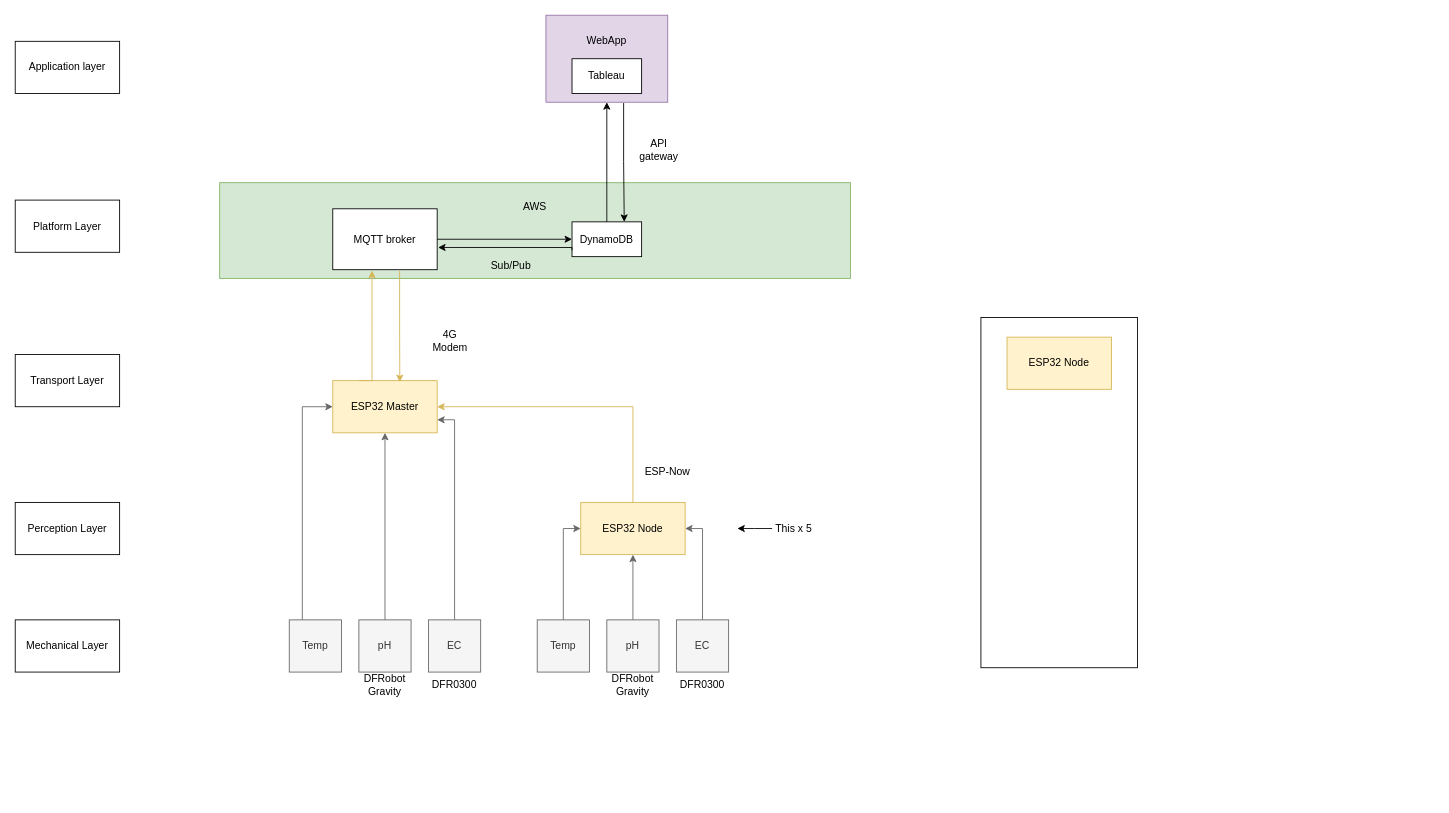
The draw.io diagram page "System 1" (1 of 2) of Diagrams/Ref design/RAC.drawio in eg4301/Agritech, before the edit. Source tidied: cells renumbered, new cells numbered last; positions are measured from the earlier drawing's top-left corner, leaving out a move shared by most shapes. Both pictures are drawn from the tidied source at 87%, with x=0, y=0 at pixel (15, 15).
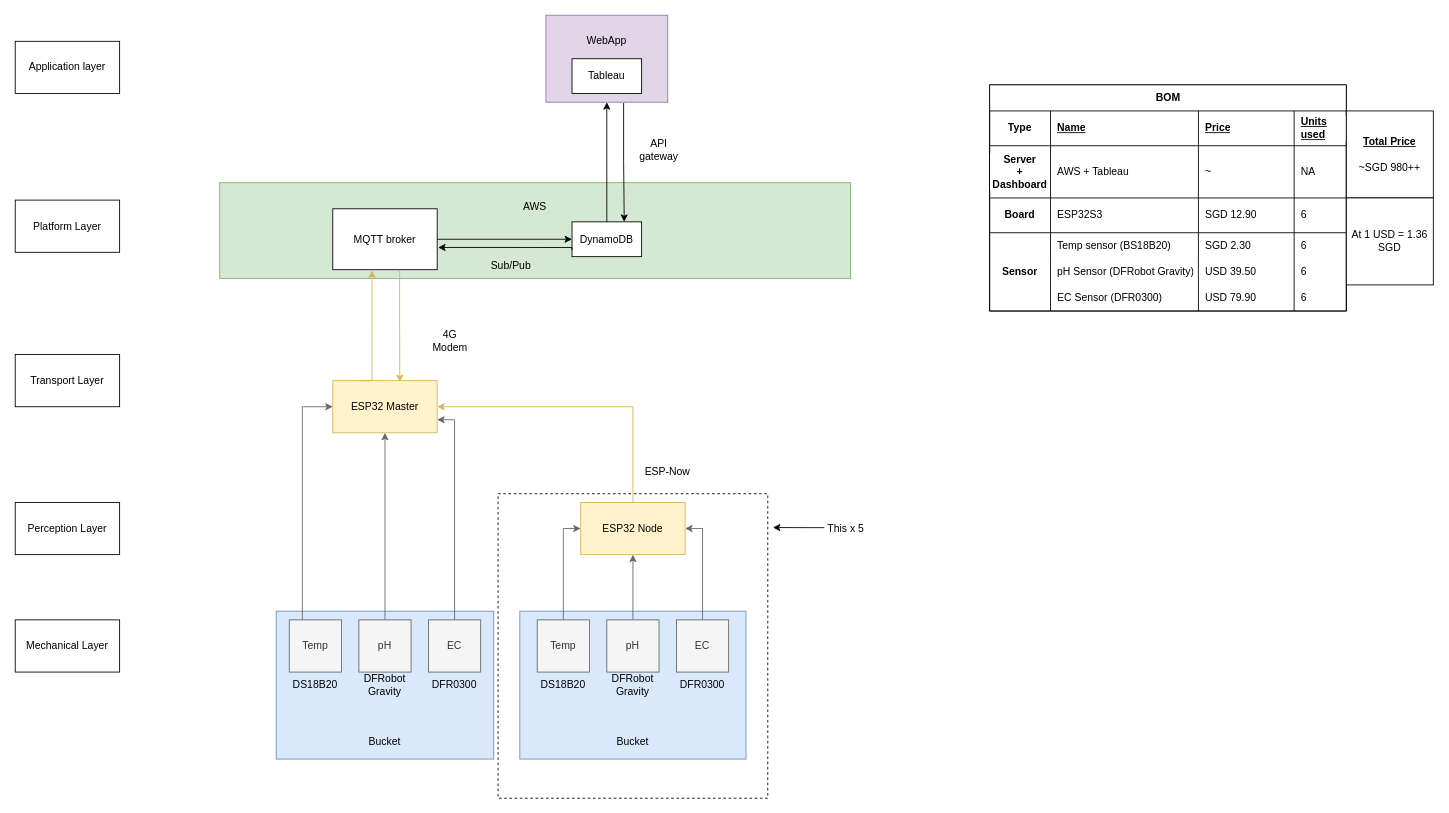
The same diagram, later.

What changed in the source:
```diff
@@
-    <mxCell id="2" style="rounded=0;whiteSpace=wrap;html=1;" parent="1" vertex="1">
-      <mxGeometry x="1110" y="347.5" width="180" height="402.5" as="geometry" />
-    </mxCell>
+    <mxCell id="45" style="rounded=0;whiteSpace=wrap;html=1;" parent="1" vertex="1">
+      <mxGeometry x="1120" y="80" width="410" height="260" as="geometry" />
+    </mxCell>
+    <mxCell id="46" value="&lt;br&gt;&lt;br&gt;&lt;br&gt;&lt;br&gt;&lt;br&gt;&lt;br&gt;&lt;br&gt;&lt;br&gt;&lt;br&gt;Bucket" style="rounded=0;whiteSpace=wrap;html=1;fillColor=#dae8fc;strokeColor=#6c8ebf;" parent="1" vertex="1">
+      <mxGeometry x="300" y="685" width="250" height="170" as="geometry" />
+    </mxCell>
+    <mxCell id="47" style="rounded=0;whiteSpace=wrap;html=1;fillColor=none;dashed=1;" parent="1" vertex="1">
+      <mxGeometry x="555" y="550" width="310" height="350" as="geometry" />
+    </mxCell>
+    <mxCell id="48" value="&lt;br&gt;&lt;br&gt;&lt;br&gt;&lt;br&gt;&lt;br&gt;&lt;br&gt;&lt;br&gt;&lt;br&gt;&lt;br&gt;Bucket" style="rounded=0;whiteSpace=wrap;html=1;fillColor=#dae8fc;strokeColor=#6c8ebf;" parent="1" vertex="1">
+      <mxGeometry x="580" y="685" width="260" height="170" as="geometry" />
+    </mxCell>
@@
-    <mxCell id="33" style="edgeStyle=orthogonalEdgeStyle;rounded=0;jettySize=auto;html=1;" parent="1" edge="1" source="34">
+    <mxCell id="33" style="edgeStyle=orthogonalEdgeStyle;rounded=0;jettySize=auto;html=1;entryX=1.019;entryY=0.111;entryDx=0;entryDy=0;entryPerimeter=0;" parent="1" edge="1" source="34" target="47">
       <mxGeometry relative="1" as="geometry">
-        <mxPoint x="830" y="590" as="targetPoint" />
+        <Array as="points">
+          <mxPoint x="910" y="589" />
+          <mxPoint x="910" y="589" />
+        </Array>
       </mxGeometry>
     </mxCell>
     <mxCell id="34" value="This x 5" style="text;html=1;strokeColor=none;fillColor=none;align=center;verticalAlign=middle;whiteSpace=wrap;rounded=0;" parent="1" vertex="1">
-      <mxGeometry x="870" y="545" width="50" height="90" as="geometry" />
+      <mxGeometry x="930" y="545" width="50" height="90" as="geometry" />
     </mxCell>
@@
-    <mxCell id="44" value="ESP32 Node" style="rounded=0;whiteSpace=wrap;html=1;fillColor=#fff2cc;strokeColor=#d6b656;" parent="1" vertex="1">
-      <mxGeometry x="1140" y="370" width="120" height="60" as="geometry" />
-    </mxCell>
+    <mxCell id="49" value="DS18B20" style="text;html=1;strokeColor=none;fillColor=none;align=center;verticalAlign=middle;whiteSpace=wrap;rounded=0;" parent="1" vertex="1">
+      <mxGeometry x="600" y="755" width="60" height="30" as="geometry" />
+    </mxCell>
+    <mxCell id="50" value="DS18B20" style="text;html=1;strokeColor=none;fillColor=none;align=center;verticalAlign=middle;whiteSpace=wrap;rounded=0;" parent="1" vertex="1">
+      <mxGeometry x="315" y="755" width="60" height="30" as="geometry" />
+    </mxCell>
+    <mxCell id="51" value="BOM" style="shape=table;startSize=30;childLayout=tableLayout;rowLines=0;fontStyle=1;align=center;html=1;labelBackgroundColor=default;" parent="1" vertex="1">
+      <mxGeometry x="1120" y="80" width="410" height="260" as="geometry" />
+    </mxCell>
+    <mxCell id="52" style="shape=tableRow;horizontal=0;startSize=0;swimlaneHead=0;swimlaneBody=0;fillColor=none;top=0;left=0;right=0;bottom=1;labelBackgroundColor=default;" parent="51" vertex="1">
+      <mxGeometry y="30" width="410" height="40" as="geometry" />
+    </mxCell>
+    <mxCell id="53" value="Type" style="shape=partialRectangle;fillColor=none;top=0;left=0;bottom=0;right=0;fontStyle=1;overflow=hidden;whiteSpace=wrap;html=1;labelBackgroundColor=default;" parent="52" vertex="1">
+      <mxGeometry width="70" height="40" as="geometry" />
+    </mxCell>
+    <mxCell id="54" value="Name" style="shape=partialRectangle;fillColor=none;top=0;left=0;bottom=0;right=0;align=left;spacingLeft=6;fontStyle=5;overflow=hidden;whiteSpace=wrap;html=1;labelBackgroundColor=default;" parent="52" vertex="1">
+      <mxGeometry x="70" width="170" height="40" as="geometry" />
+    </mxCell>
+    <mxCell id="55" value="Price" style="shape=partialRectangle;fillColor=none;top=0;left=0;bottom=0;right=0;align=left;spacingLeft=6;fontStyle=5;overflow=hidden;whiteSpace=wrap;html=1;labelBackgroundColor=default;" parent="52" vertex="1">
+      <mxGeometry x="240" width="110" height="40" as="geometry" />
+    </mxCell>
+    <mxCell id="56" value="Units used" style="shape=partialRectangle;fillColor=none;top=0;left=0;bottom=0;right=0;align=left;spacingLeft=6;fontStyle=5;overflow=hidden;whiteSpace=wrap;html=1;labelBackgroundColor=default;" parent="52" vertex="1">
+      <mxGeometry x="350" width="60" height="40" as="geometry" />
+    </mxCell>
+    <mxCell id="57" style="shape=tableRow;horizontal=0;startSize=0;swimlaneHead=0;swimlaneBody=0;fillColor=none;top=0;left=0;right=0;bottom=1;labelBackgroundColor=default;" parent="51" vertex="1">
+      <mxGeometry y="70" width="410" height="60" as="geometry" />
+    </mxCell>
+    <mxCell id="58" value="Server&lt;br&gt;+ Dashboard" style="shape=partialRectangle;fillColor=none;top=0;left=0;bottom=0;right=0;fontStyle=1;overflow=hidden;whiteSpace=wrap;html=1;labelBackgroundColor=default;" parent="57" vertex="1">
+      <mxGeometry width="70" height="60" as="geometry" />
+    </mxCell>
+    <mxCell id="59" value="AWS + Tableau" style="shape=partialRectangle;fillColor=none;top=0;left=0;bottom=0;right=0;align=left;spacingLeft=6;overflow=hidden;whiteSpace=wrap;html=1;labelBackgroundColor=default;" parent="57" vertex="1">
+      <mxGeometry x="70" width="170" height="60" as="geometry" />
+    </mxCell>
+    <mxCell id="60" value="~" style="shape=partialRectangle;fillColor=none;top=0;left=0;bottom=0;right=0;align=left;spacingLeft=6;overflow=hidden;whiteSpace=wrap;html=1;labelBackgroundColor=default;" parent="57" vertex="1">
+      <mxGeometry x="240" width="110" height="60" as="geometry" />
+    </mxCell>
+    <mxCell id="61" value="NA" style="shape=partialRectangle;fillColor=none;top=0;left=0;bottom=0;right=0;align=left;spacingLeft=6;overflow=hidden;whiteSpace=wrap;html=1;labelBackgroundColor=default;" parent="57" vertex="1">
+      <mxGeometry x="350" width="60" height="60" as="geometry" />
+    </mxCell>
+    <mxCell id="62" style="shape=tableRow;horizontal=0;startSize=0;swimlaneHead=0;swimlaneBody=0;fillColor=none;top=0;left=0;right=0;bottom=1;labelBackgroundColor=default;" parent="51" vertex="1">
+      <mxGeometry y="130" width="410" height="40" as="geometry" />
+    </mxCell>
+    <mxCell id="63" value="&lt;b&gt;Board&lt;/b&gt;" style="shape=partialRectangle;fillColor=none;top=0;left=0;bottom=0;right=0;fontStyle=0;overflow=hidden;whiteSpace=wrap;html=1;labelBackgroundColor=default;" parent="62" vertex="1">
+      <mxGeometry width="70" height="40" as="geometry" />
+    </mxCell>
+    <mxCell id="64" value="&lt;span style=&quot;&quot;&gt;ESP32S3&lt;/span&gt;" style="shape=partialRectangle;fillColor=none;top=0;left=0;bottom=0;right=0;align=left;spacingLeft=6;fontStyle=0;overflow=hidden;whiteSpace=wrap;html=1;labelBorderColor=none;labelBackgroundColor=default;" parent="62" vertex="1">
+      <mxGeometry x="70" width="170" height="40" as="geometry" />
+    </mxCell>
+    <mxCell id="65" value="SGD 12.90" style="shape=partialRectangle;fillColor=none;top=0;left=0;bottom=0;right=0;align=left;spacingLeft=6;overflow=hidden;whiteSpace=wrap;html=1;labelBackgroundColor=default;" parent="62" vertex="1">
+      <mxGeometry x="240" width="110" height="40" as="geometry" />
+    </mxCell>
+    <mxCell id="66" value="6" style="shape=partialRectangle;fillColor=none;top=0;left=0;bottom=0;right=0;align=left;spacingLeft=6;overflow=hidden;whiteSpace=wrap;html=1;labelBackgroundColor=default;" parent="62" vertex="1">
+      <mxGeometry x="350" width="60" height="40" as="geometry" />
+    </mxCell>
+    <mxCell id="67" style="shape=tableRow;horizontal=0;startSize=0;swimlaneHead=0;swimlaneBody=0;fillColor=none;top=0;left=0;right=0;bottom=0;labelBackgroundColor=default;" parent="51" vertex="1">
+      <mxGeometry y="170" width="410" height="30" as="geometry" />
+    </mxCell>
+    <mxCell id="68" style="shape=partialRectangle;fillColor=none;top=0;left=0;bottom=0;right=0;overflow=hidden;whiteSpace=wrap;html=1;labelBackgroundColor=default;" parent="67" vertex="1">
+      <mxGeometry width="70" height="30" as="geometry" />
+    </mxCell>
+    <mxCell id="69" value="Temp sensor (BS18B20)" style="shape=partialRectangle;fillColor=none;top=0;left=0;bottom=0;right=0;align=left;spacingLeft=6;overflow=hidden;whiteSpace=wrap;html=1;labelBackgroundColor=default;" parent="67" vertex="1">
+      <mxGeometry x="70" width="170" height="30" as="geometry" />
+    </mxCell>
+    <mxCell id="70" value="SGD 2.30" style="shape=partialRectangle;fillColor=none;top=0;left=0;bottom=0;right=0;align=left;spacingLeft=6;overflow=hidden;whiteSpace=wrap;html=1;labelBackgroundColor=default;" parent="67" vertex="1">
+      <mxGeometry x="240" width="110" height="30" as="geometry" />
+    </mxCell>
+    <mxCell id="71" value="6" style="shape=partialRectangle;fillColor=none;top=0;left=0;bottom=0;right=0;align=left;spacingLeft=6;overflow=hidden;whiteSpace=wrap;html=1;labelBackgroundColor=default;" parent="67" vertex="1">
+      <mxGeometry x="350" width="60" height="30" as="geometry" />
+    </mxCell>
+    <mxCell id="72" style="shape=tableRow;horizontal=0;startSize=0;swimlaneHead=0;swimlaneBody=0;fillColor=none;top=0;left=0;right=0;bottom=0;labelBackgroundColor=default;" parent="51" vertex="1">
+      <mxGeometry y="200" width="410" height="30" as="geometry" />
+    </mxCell>
+    <mxCell id="73" value="Sensor" style="shape=partialRectangle;fillColor=none;top=0;left=0;bottom=0;right=0;overflow=hidden;whiteSpace=wrap;html=1;fontStyle=1;labelBackgroundColor=default;" parent="72" vertex="1">
+      <mxGeometry width="70" height="30" as="geometry" />
+    </mxCell>
+    <mxCell id="74" value="pH Sensor (DFRobot Gravity)" style="shape=partialRectangle;fillColor=none;top=0;left=0;bottom=0;right=0;align=left;spacingLeft=6;overflow=hidden;whiteSpace=wrap;html=1;labelBackgroundColor=default;" parent="72" vertex="1">
+      <mxGeometry x="70" width="170" height="30" as="geometry" />
+    </mxCell>
+    <mxCell id="75" value="USD 39.50" style="shape=partialRectangle;fillColor=none;top=0;left=0;bottom=0;right=0;align=left;spacingLeft=6;overflow=hidden;whiteSpace=wrap;html=1;labelBackgroundColor=default;" parent="72" vertex="1">
+      <mxGeometry x="240" width="110" height="30" as="geometry" />
+    </mxCell>
+    <mxCell id="76" value="6" style="shape=partialRectangle;fillColor=none;top=0;left=0;bottom=0;right=0;align=left;spacingLeft=6;overflow=hidden;whiteSpace=wrap;html=1;labelBackgroundColor=default;" parent="72" vertex="1">
+      <mxGeometry x="350" width="60" height="30" as="geometry" />
+    </mxCell>
+    <mxCell id="77" style="shape=tableRow;horizontal=0;startSize=0;swimlaneHead=0;swimlaneBody=0;fillColor=none;top=0;left=0;right=0;bottom=0;labelBackgroundColor=default;" parent="51" vertex="1">
+      <mxGeometry y="230" width="410" height="30" as="geometry" />
+    </mxCell>
+    <mxCell id="78" style="shape=partialRectangle;fillColor=none;top=0;left=0;bottom=0;right=0;overflow=hidden;whiteSpace=wrap;html=1;labelBackgroundColor=default;" parent="77" vertex="1">
+      <mxGeometry width="70" height="30" as="geometry" />
+    </mxCell>
+    <mxCell id="79" value="EC Sensor (DFR0300)" style="shape=partialRectangle;fillColor=none;top=0;left=0;bottom=0;right=0;align=left;spacingLeft=6;overflow=hidden;whiteSpace=wrap;html=1;labelBackgroundColor=default;" parent="77" vertex="1">
+      <mxGeometry x="70" width="170" height="30" as="geometry" />
+    </mxCell>
+    <mxCell id="80" value="USD 79.90" style="shape=partialRectangle;fillColor=none;top=0;left=0;bottom=0;right=0;align=left;spacingLeft=6;overflow=hidden;whiteSpace=wrap;html=1;labelBackgroundColor=default;" parent="77" vertex="1">
+      <mxGeometry x="240" width="110" height="30" as="geometry" />
+    </mxCell>
+    <mxCell id="81" value="6" style="shape=partialRectangle;fillColor=none;top=0;left=0;bottom=0;right=0;align=left;spacingLeft=6;overflow=hidden;whiteSpace=wrap;html=1;labelBackgroundColor=default;" parent="77" vertex="1">
+      <mxGeometry x="350" width="60" height="30" as="geometry" />
+    </mxCell>
+    <mxCell id="82" value="&lt;u style=&quot;font-weight: bold;&quot;&gt;Total Price&lt;/u&gt;&lt;br&gt;&lt;br&gt;~SGD 980++" style="rounded=0;whiteSpace=wrap;html=1;" parent="1" vertex="1">
+      <mxGeometry x="1530" y="110" width="100" height="100" as="geometry" />
+    </mxCell>
+    <mxCell id="83" value="At 1 USD = 1.36 SGD" style="rounded=0;whiteSpace=wrap;html=1;" parent="1" vertex="1">
+      <mxGeometry x="1530" y="210" width="100" height="100" as="geometry" />
+    </mxCell>
```
